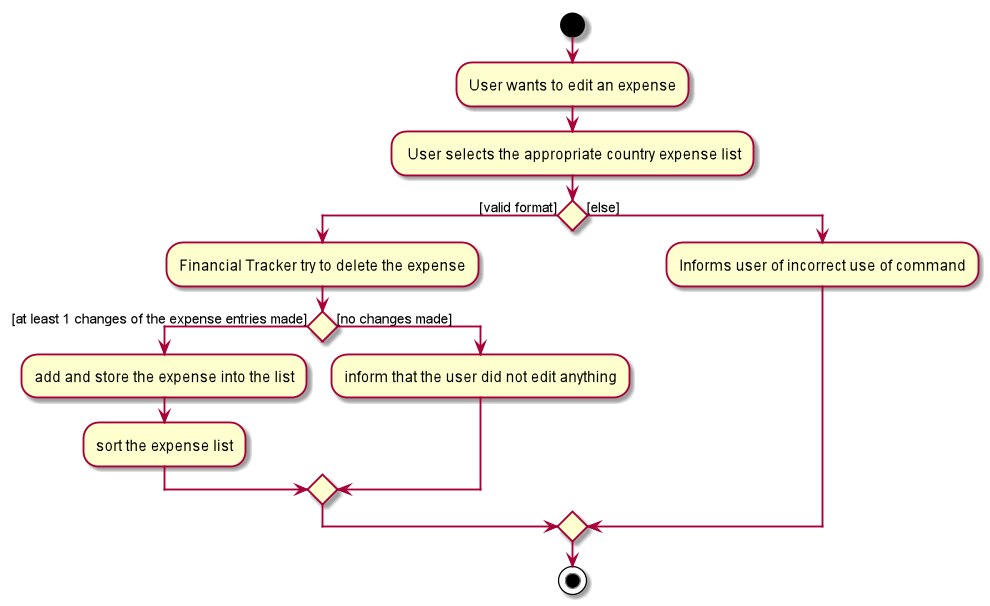
Earlier version of the PlantUML export docs/images/FinancialTrackerActivityDiagram.png (nus-cs2103-AY1920S1/addressbook-level3). Source of this version:
```plantuml
@startuml
start
:User wants to edit an expense;

- User selects the appropriate country expense list

if () then ([valid format])
    :Financial Tracker try to delete the expense;
    if () then ([at least 1 changes of the expense entries made])
        :add and store the expense into the list;
        :sort the expense list;
    else ([no changes made])
        :inform that the user did not edit anything;
    endif

else ([else])
    :Informs user of incorrect use of command;
endif
stop
@enduml
```
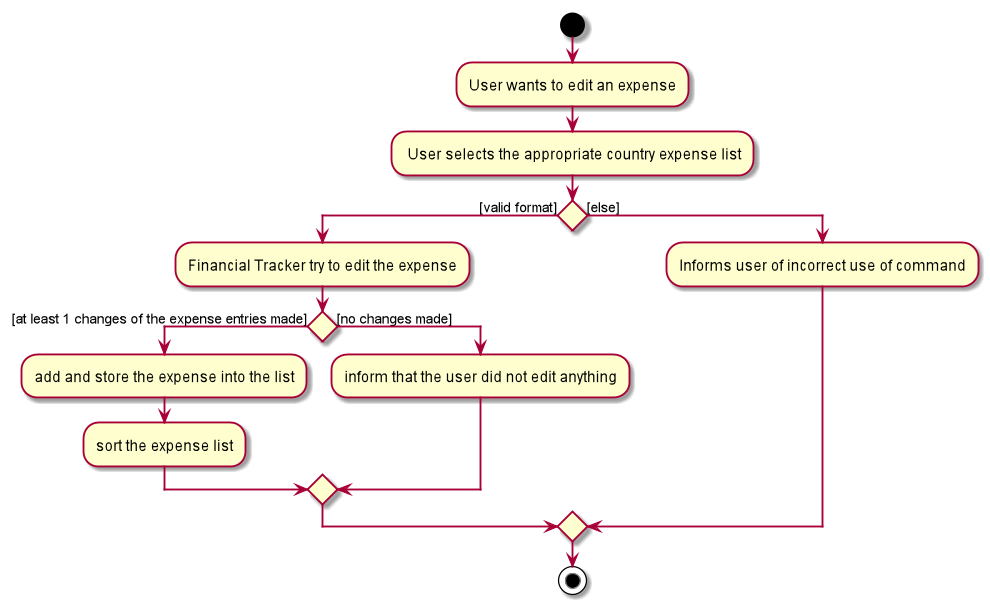
The same diagram one commit later.

The edit, as a diff of the source:
```diff
@@ -5,7 +5,7 @@
 - User selects the appropriate country expense list
 
 if () then ([valid format])
-    :Financial Tracker try to delete the expense;
+    :Financial Tracker try to edit the expense;
     if () then ([at least 1 changes of the expense entries made])
         :add and store the expense into the list;
         :sort the expense list;
```
